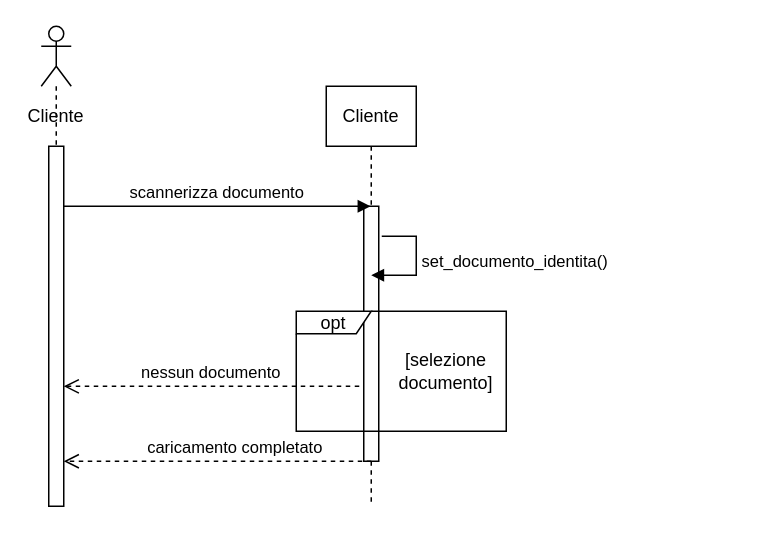
This is Diagrammi_delle_sequenze/modificabili/diagramma_scannerizza_documento.drawio from fd-col/ProgettoIngegneriaDelSoftware, a draw.io file, before an edit. Source tidied: cells renumbered, new cells numbered last; positions are measured from the earlier drawing's top-left corner, leaving out a move shared by most shapes. Both pictures are drawn from the tidied source at 150%, with x=0, y=0 at pixel (26, 26).
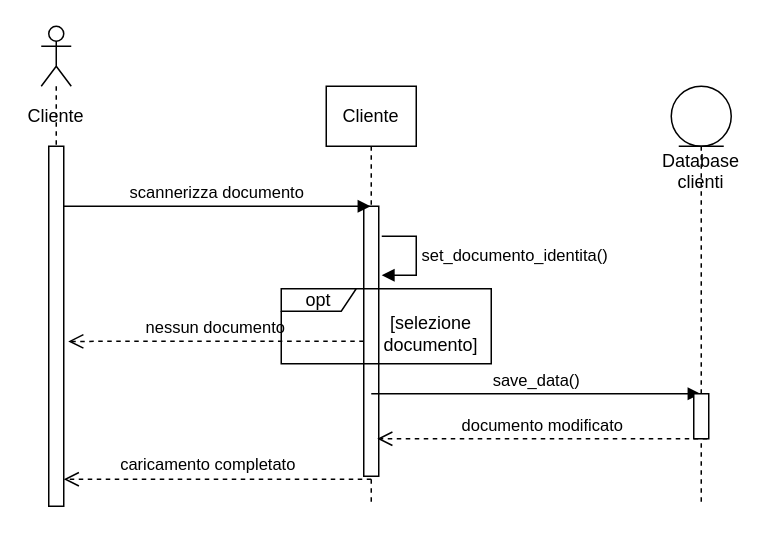
The same page after the edit.

Unchanged cells that the change refers to:
```xml
<mxCell id="3" style="html=1;points=[];perimeter=orthogonalPerimeter;" parent="1" vertex="1">
  <mxGeometry x="15" y="80" width="10" height="240" as="geometry" />
</mxCell>
<mxCell id="5" value="Cliente" style="shape=umlLifeline;perimeter=lifelinePerimeter;whiteSpace=wrap;html=1;outlineConnect=0;" parent="1" vertex="1">
  <mxGeometry x="200" y="40" width="60" height="280" as="geometry" />
</mxCell>
```

What changed in the source:
```diff
@@
     <mxCell id="6" style="html=1;perimeter=orthogonalPerimeter;" parent="5" vertex="1">
-      <mxGeometry x="25" y="80" width="10" height="170" as="geometry" />
+      <mxGeometry x="25" y="80" width="10" height="180" as="geometry" />
     </mxCell>
     <mxCell id="7" value="set_documento_identita()" style="edgeStyle=orthogonalEdgeStyle;html=1;align=left;spacingLeft=2;endArrow=block;rounded=0;" parent="5" edge="1">
       <mxGeometry relative="1" as="geometry">
         <mxPoint x="37" y="100" as="sourcePoint" />
-        <mxPoint x="30" y="126" as="targetPoint" />
+        <mxPoint x="37" y="126" as="targetPoint" />
         <Array as="points">
           <mxPoint x="60" y="100" />
           <mxPoint x="60" y="126" />
         </Array>
       </mxGeometry>
     </mxCell>
@@
-    <mxCell id="9" value="nessun documento" style="html=1;verticalAlign=bottom;endArrow=open;dashed=1;endSize=8;entryX=1;entryY=0.667;entryDx=0;entryDy=0;entryPerimeter=0;" parent="1" edge="1" target="3">
+    <mxCell id="9" value="nessun documento" style="html=1;verticalAlign=bottom;endArrow=open;dashed=1;endSize=8;entryX=1;entryY=0.667;entryDx=0;entryDy=0;entryPerimeter=0;" parent="1" edge="1">
       <mxGeometry relative="1" as="geometry">
-        <mxPoint x="222" y="240" as="sourcePoint" />
+        <mxPoint x="225" y="210" as="sourcePoint" />
+        <mxPoint x="28" y="210.1" as="targetPoint" />
         <Array as="points">
-          <mxPoint x="162" y="240" />
-          <mxPoint x="152" y="240" />
-          <mxPoint x="102" y="240" />
+          <mxPoint x="165" y="210" />
+          <mxPoint x="155" y="210" />
+          <mxPoint x="105" y="210" />
         </Array>
       </mxGeometry>
     </mxCell>
     <mxCell id="10" value="opt" style="shape=umlFrame;whiteSpace=wrap;html=1;width=50;height=15;" parent="1" vertex="1">
-      <mxGeometry x="180" y="190" width="140" height="80" as="geometry" />
+      <mxGeometry x="170" y="175" width="140" height="50" as="geometry" />
     </mxCell>
     <mxCell id="11" value="[selezione documento]" style="text;html=1;strokeColor=none;fillColor=none;align=center;verticalAlign=middle;whiteSpace=wrap;rounded=0;" parent="1" vertex="1">
-      <mxGeometry x="260" y="220" width="40" height="20" as="geometry" />
+      <mxGeometry x="250" y="195" width="40" height="20" as="geometry" />
     </mxCell>
     <mxCell id="12" style="html=1;verticalAlign=bottom;endArrow=open;dashed=1;endSize=8;" parent="1" edge="1">
       <mxGeometry relative="1" as="geometry">
-        <mxPoint x="230" y="290" as="sourcePoint" />
-        <mxPoint x="25" y="290" as="targetPoint" />
+        <mxPoint x="230" y="302" as="sourcePoint" />
+        <mxPoint x="25" y="302" as="targetPoint" />
       </mxGeometry>
     </mxCell>
     <mxCell id="13" value="caricamento completato" style="edgeLabel;html=1;align=center;verticalAlign=middle;" parent="12" vertex="1">
       <mxGeometry x="-0.1" y="1" relative="1" as="geometry">
-        <mxPoint y="-11" as="offset" />
+        <mxPoint x="-18" y="-12" as="offset" />
       </mxGeometry>
     </mxCell>
+    <mxCell id="14" value="Database&lt;br&gt;clienti" style="shape=umlLifeline;participant=umlEntity;perimeter=lifelinePerimeter;whiteSpace=wrap;html=1;verticalAlign=top;spacingTop=36;" parent="1" vertex="1">
+      <mxGeometry x="430" y="40" width="40" height="280" as="geometry" />
+    </mxCell>
+    <mxCell id="15" value="save_data()" style="html=1;verticalAlign=bottom;endArrow=block;" parent="1" edge="1">
+      <mxGeometry relative="1" as="geometry">
+        <mxPoint x="230" y="245" as="sourcePoint" />
+        <mxPoint x="449.5" y="245" as="targetPoint" />
+      </mxGeometry>
+    </mxCell>
+    <mxCell id="16" style="html=1;perimeter=orthogonalPerimeter;" parent="1" vertex="1">
+      <mxGeometry x="445" y="245" width="10" height="30" as="geometry" />
+    </mxCell>
+    <mxCell id="17" value="documento modificato" style="html=1;verticalAlign=bottom;endArrow=open;dashed=1;endSize=8;" parent="1" edge="1">
+      <mxGeometry relative="1" as="geometry">
+        <mxPoint x="454" y="275" as="sourcePoint" />
+        <mxPoint x="234" y="275" as="targetPoint" />
+      </mxGeometry>
+    </mxCell>
```
